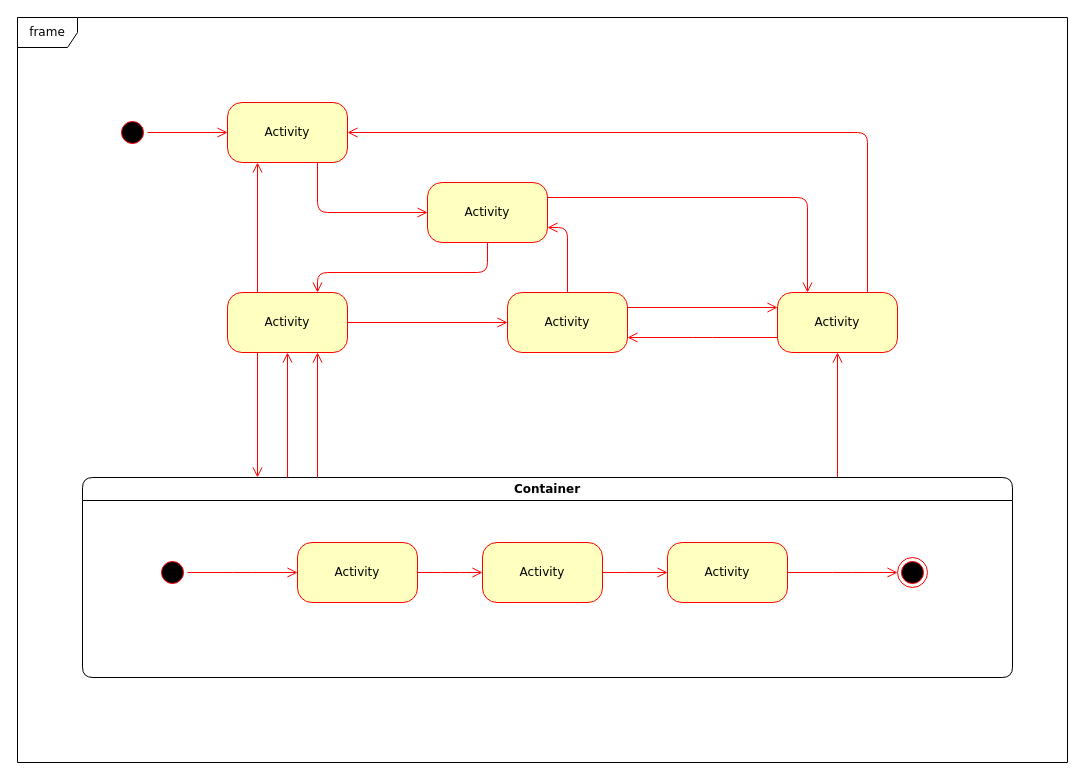
The draw.io diagram state.drawio in disceta/disceta.github.io, before the edit. Source tidied: cells renumbered, new cells numbered last; positions are measured from the earlier drawing's top-left corner, leaving out a move shared by most shapes. Both pictures are drawn from the tidied source at 100%, with x=0, y=0 at pixel (17, 17).
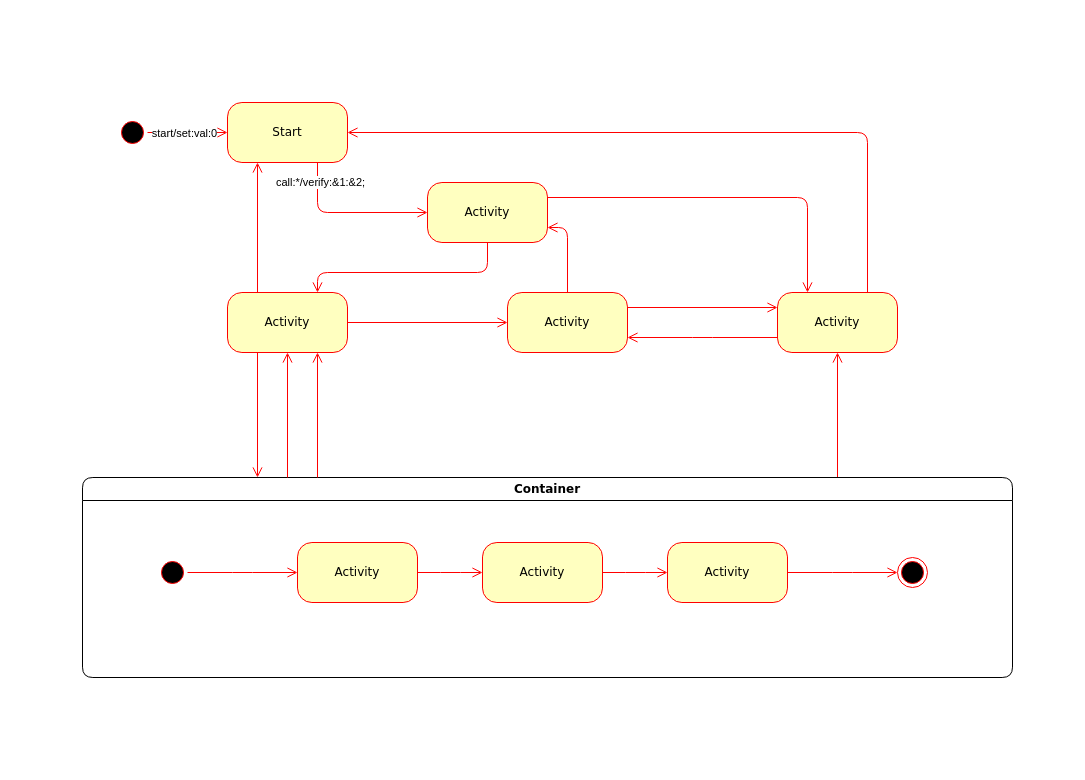
Above is the later version.

The change refers to these unchanged cells:
```xml
<mxCell id="23" style="edgeStyle=orthogonalEdgeStyle;html=1;labelBackgroundColor=none;endArrow=open;endSize=8;strokeColor=#ff0000;fontFamily=Verdana;fontSize=12;align=left;" parent="1" edge="1" source="2" target="4">
  <mxGeometry relative="1" as="geometry" />
</mxCell>
<mxCell id="24" style="edgeStyle=orthogonalEdgeStyle;html=1;labelBackgroundColor=none;endArrow=open;endSize=8;strokeColor=#ff0000;fontFamily=Verdana;fontSize=12;align=left;entryX=0;entryY=0.5;" parent="1" edge="1" source="4" target="6">
  <mxGeometry relative="1" as="geometry">
    <Array as="points">
      <mxPoint x="300" y="195" />
    </Array>
  </mxGeometry>
</mxCell>
```

What changed in the source:
```diff
@@
-    <mxCell id="4" value="Activity" style="rounded=1;whiteSpace=wrap;html=1;arcSize=24;fillColor=#ffffc0;strokeColor=#ff0000;shadow=0;comic=0;labelBackgroundColor=none;fontFamily=Verdana;fontSize=12;fontColor=#000000;align=center;" parent="1" vertex="1">
+    <mxCell id="4" value="Start&lt;br&gt;" style="rounded=1;whiteSpace=wrap;html=1;arcSize=24;fillColor=#ffffc0;strokeColor=#ff0000;shadow=0;comic=0;labelBackgroundColor=none;fontFamily=Verdana;fontSize=12;fontColor=#000000;align=center;" parent="1" vertex="1">
       <mxGeometry x="210" y="85" width="120" height="60" as="geometry" />
     </mxCell>
@@
-    <mxCell id="22" value="frame" style="shape=umlFrame;whiteSpace=wrap;html=1;rounded=1;shadow=0;comic=0;labelBackgroundColor=none;strokeWidth=1;fontFamily=Verdana;fontSize=12;align=center;" parent="1" vertex="1">
-      <mxGeometry width="1050" height="745" as="geometry" />
-    </mxCell>
@@
+    <mxCell id="33" value="start/set:val:0&lt;br&gt;" style="edgeLabel;html=1;align=center;verticalAlign=middle;" parent="23" vertex="1">
+      <mxGeometry x="-0.1" relative="1" as="geometry" />
+    </mxCell>
@@
+    <mxCell id="34" value="call:*/verify:&amp;amp;1:&amp;amp;2;" style="edgeLabel;html=1;align=center;verticalAlign=middle;" parent="24" vertex="1">
+      <mxGeometry x="-0.76" y="2" relative="1" as="geometry" />
+    </mxCell>
```
